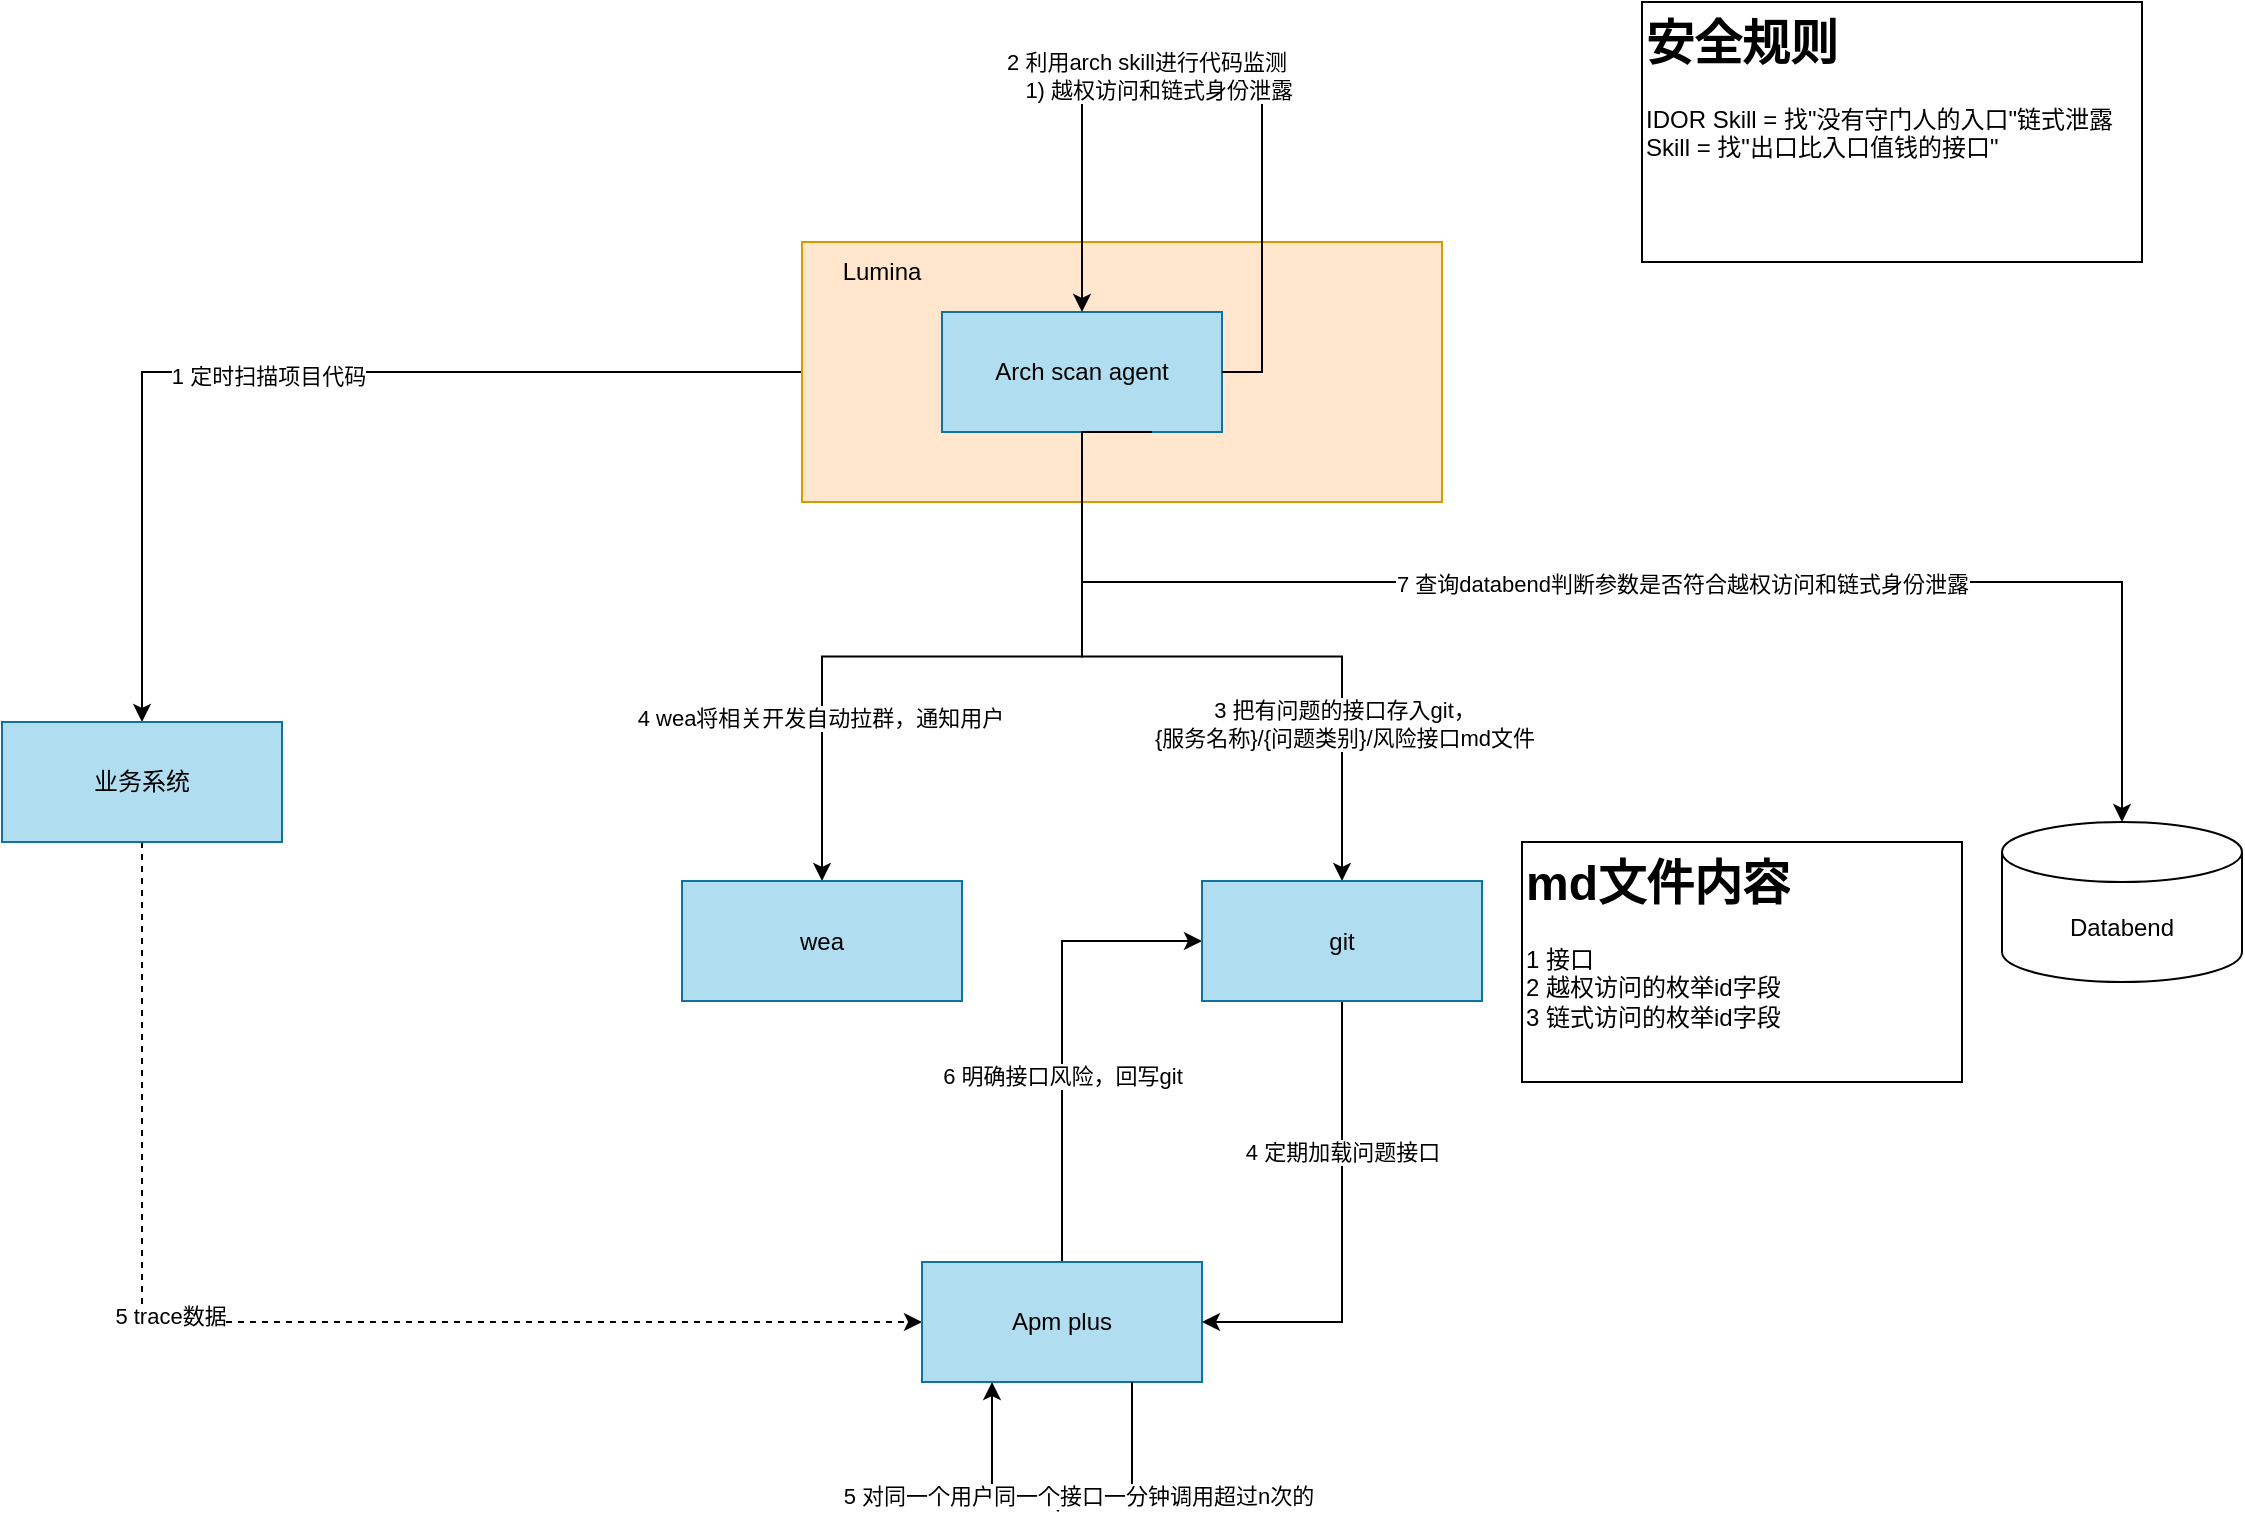
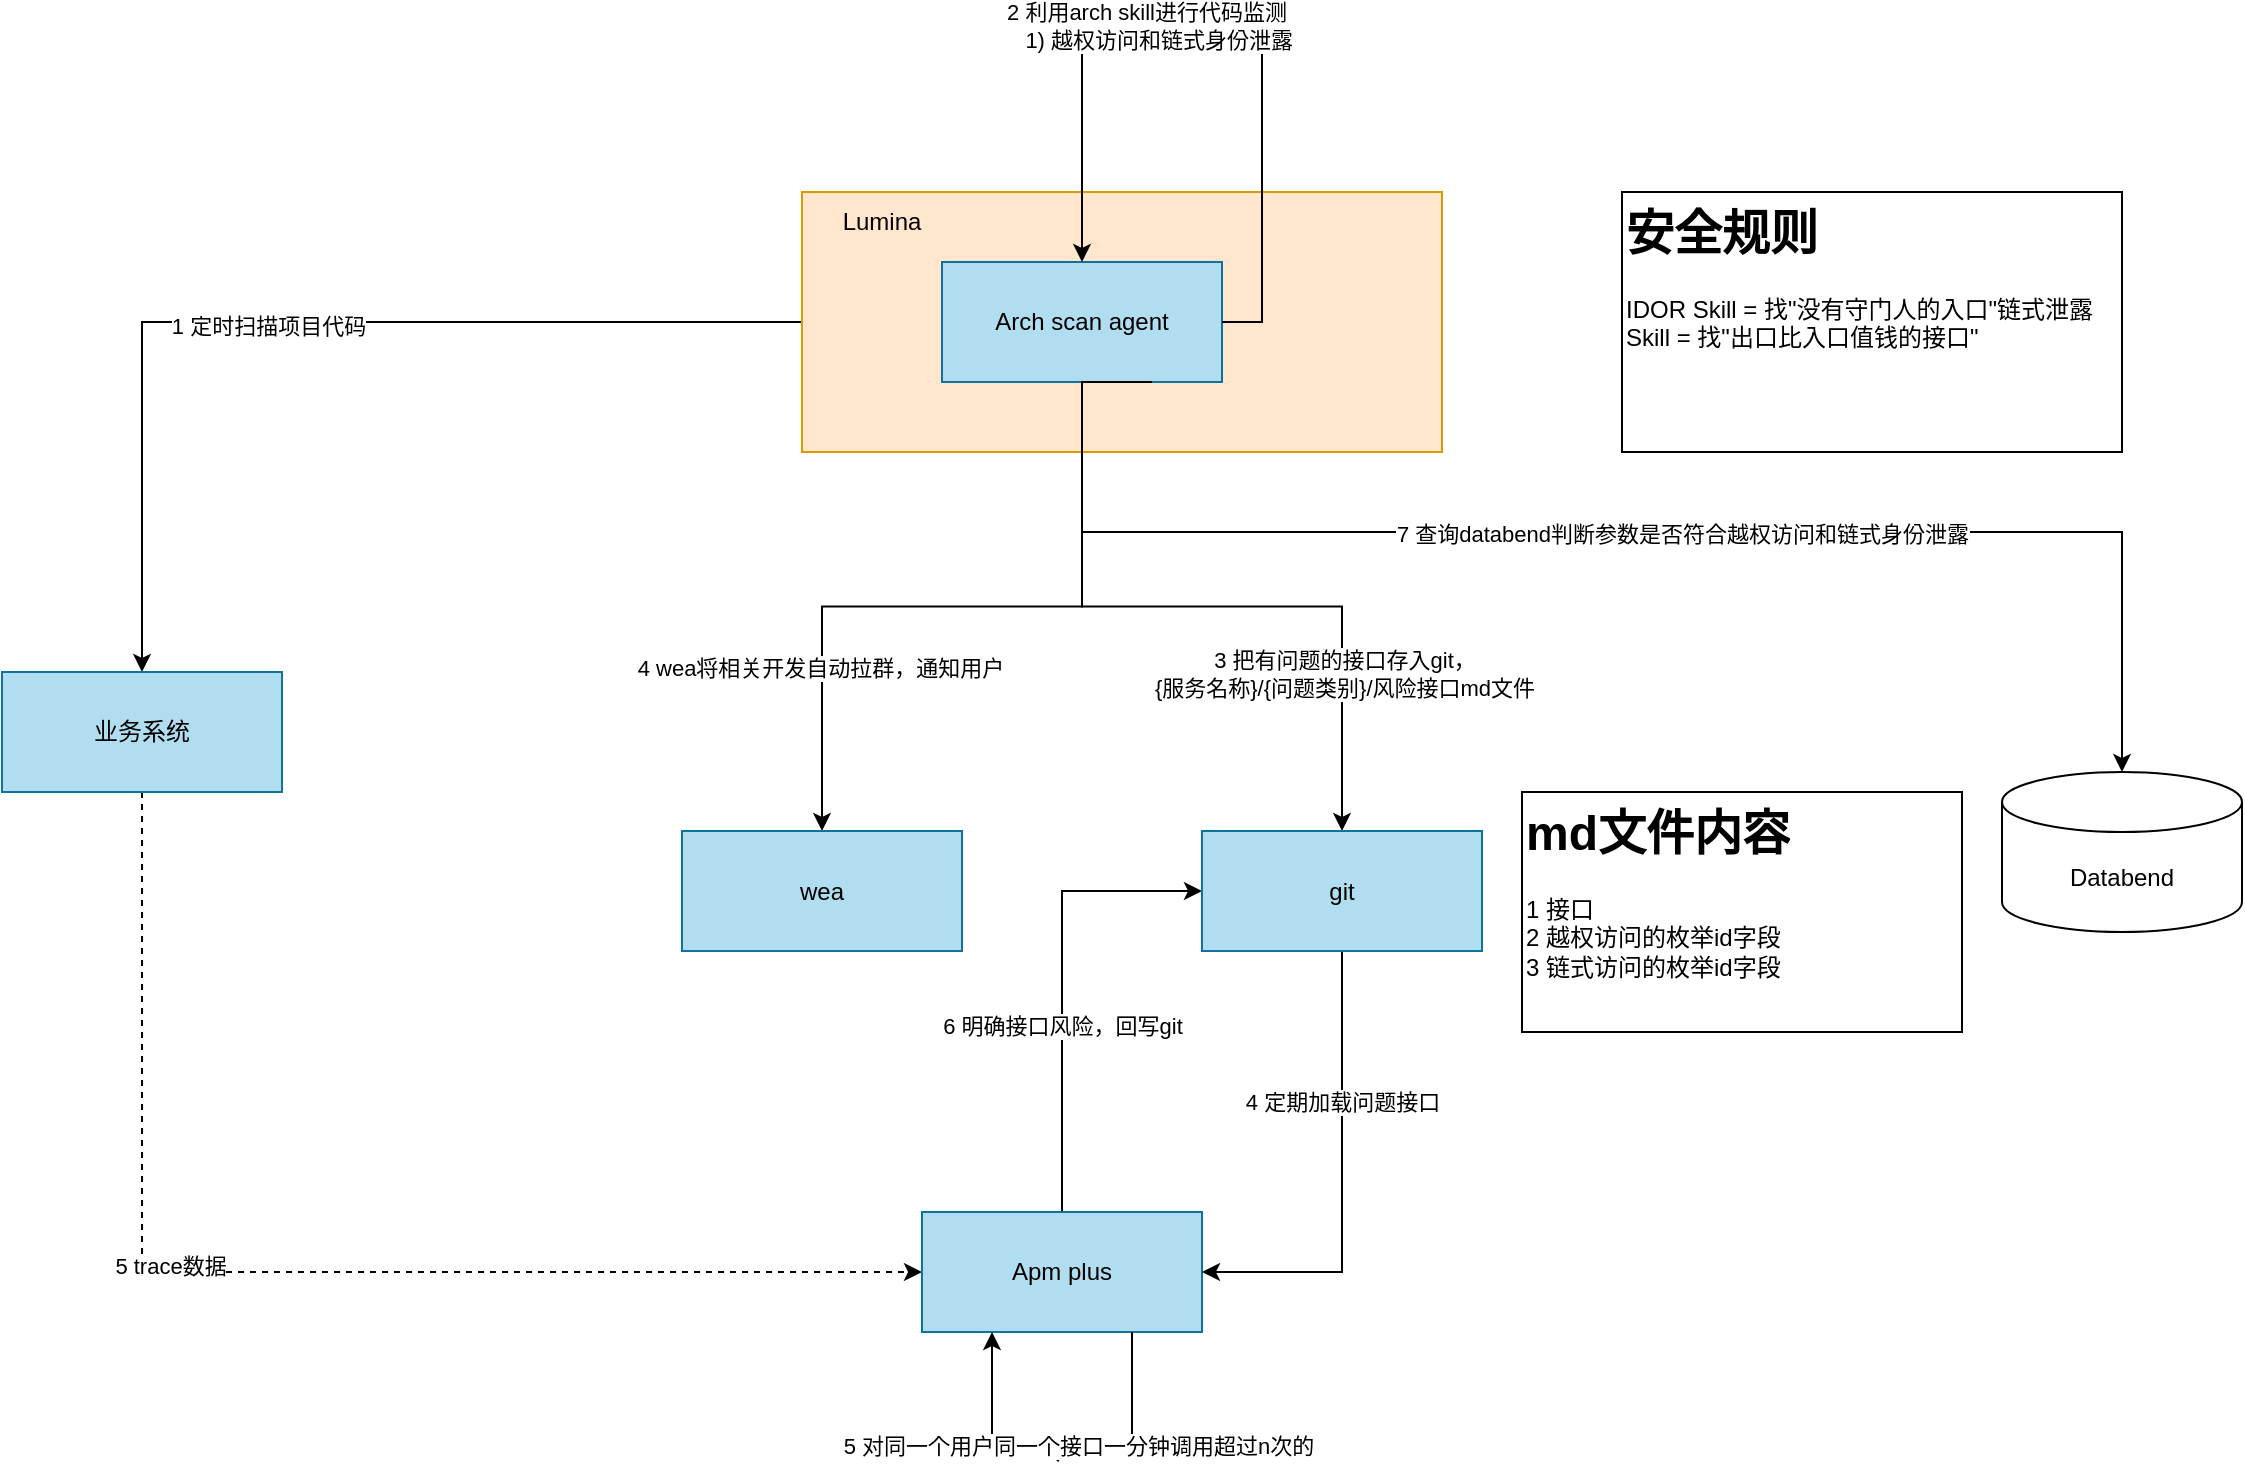
<mxfile host="app.diagrams.net">
  <diagram name="第 1 页" id="v4d0oD99BJNh_s1QToVL">
    <mxGraphModel dx="1222" dy="764" grid="1" gridSize="10" guides="1" tooltips="1" connect="1" arrows="1" fold="1" page="1" pageScale="1" pageWidth="3300" pageHeight="2339" math="0" shadow="0">
      <root>
        <mxCell id="0" />
        <mxCell id="1" parent="0" />
        <mxCell id="BZSGkBbcOcEUag34DBB_-2" edge="1" parent="1" source="SJECwPXb0EPlWWx2axZS-5" style="edgeStyle=orthogonalEdgeStyle;rounded=0;orthogonalLoop=1;jettySize=auto;html=1;exitX=0;exitY=0.5;exitDx=0;exitDy=0;" target="BZSGkBbcOcEUag34DBB_-1">
          <mxGeometry relative="1" as="geometry" />
        </mxCell>
        <mxCell id="BZSGkBbcOcEUag34DBB_-9" connectable="0" parent="BZSGkBbcOcEUag34DBB_-2" style="edgeLabel;html=1;align=center;verticalAlign=middle;resizable=0;points=[];" value="1 定时扫描项目代码" vertex="1">
          <mxGeometry relative="1" x="0.0582" y="2" as="geometry">
            <mxPoint as="offset" />
          </mxGeometry>
        </mxCell>
        <mxCell id="SJECwPXb0EPlWWx2axZS-5" parent="1" style="rounded=0;whiteSpace=wrap;html=1;fillColor=#ffe6cc;strokeColor=#d79b00;" value="" vertex="1">
          <mxGeometry height="130" width="320" x="530" y="160" as="geometry" />
        </mxCell>
        <mxCell id="BZSGkBbcOcEUag34DBB_-19" edge="1" parent="1" source="BZSGkBbcOcEUag34DBB_-1" style="edgeStyle=orthogonalEdgeStyle;rounded=0;orthogonalLoop=1;jettySize=auto;html=1;exitX=0.5;exitY=1;exitDx=0;exitDy=0;entryX=0;entryY=0.5;entryDx=0;entryDy=0;dashed=1;" target="BZSGkBbcOcEUag34DBB_-3">
          <mxGeometry relative="1" as="geometry" />
        </mxCell>
        <mxCell id="BZSGkBbcOcEUag34DBB_-20" connectable="0" parent="BZSGkBbcOcEUag34DBB_-19" style="edgeLabel;html=1;align=center;verticalAlign=middle;resizable=0;points=[];" value="5 trace数据" vertex="1">
          <mxGeometry relative="1" x="-0.1937" y="3" as="geometry">
            <mxPoint as="offset" />
          </mxGeometry>
        </mxCell>
        <mxCell id="BZSGkBbcOcEUag34DBB_-1" parent="1" style="rounded=0;whiteSpace=wrap;html=1;fillColor=#b1ddf0;strokeColor=#10739e;" value="业务系统" vertex="1">
          <mxGeometry height="60" width="140" x="130" y="400" as="geometry" />
        </mxCell>
        <mxCell id="BZSGkBbcOcEUag34DBB_-23" edge="1" parent="1" source="BZSGkBbcOcEUag34DBB_-3" style="edgeStyle=orthogonalEdgeStyle;rounded=0;orthogonalLoop=1;jettySize=auto;html=1;exitX=0.5;exitY=0;exitDx=0;exitDy=0;entryX=0;entryY=0.5;entryDx=0;entryDy=0;" target="BZSGkBbcOcEUag34DBB_-6">
          <mxGeometry relative="1" as="geometry" />
        </mxCell>
        <mxCell id="BZSGkBbcOcEUag34DBB_-24" connectable="0" parent="BZSGkBbcOcEUag34DBB_-23" style="edgeLabel;html=1;align=center;verticalAlign=middle;resizable=0;points=[];" value="6 明确接口风险，回写git" vertex="1">
          <mxGeometry relative="1" x="-0.1931" as="geometry">
            <mxPoint as="offset" />
          </mxGeometry>
        </mxCell>
        <mxCell id="BZSGkBbcOcEUag34DBB_-3" parent="1" style="rounded=0;whiteSpace=wrap;html=1;fillColor=#b1ddf0;strokeColor=#10739e;" value="Apm plus" vertex="1">
          <mxGeometry height="60" width="140" x="590" y="670" as="geometry" />
        </mxCell>
        <mxCell id="BZSGkBbcOcEUag34DBB_-7" edge="1" parent="1" source="SJECwPXb0EPlWWx2axZS-4" style="edgeStyle=orthogonalEdgeStyle;rounded=0;orthogonalLoop=1;jettySize=auto;html=1;exitX=0.5;exitY=1;exitDx=0;exitDy=0;" target="BZSGkBbcOcEUag34DBB_-6">
          <mxGeometry relative="1" as="geometry" />
        </mxCell>
        <mxCell id="BZSGkBbcOcEUag34DBB_-14" connectable="0" parent="BZSGkBbcOcEUag34DBB_-7" style="edgeLabel;html=1;align=center;verticalAlign=middle;resizable=0;points=[];" value="3 把有问题的接口存入git，&lt;div&gt;{服务名称}/&lt;span style=&quot;background-color: light-dark(#ffffff, var(--ge-dark-color, #121212)); color: light-dark(rgb(0, 0, 0), rgb(255, 255, 255));&quot;&gt;{问题类别}/风险接口md文件&lt;/span&gt;&lt;/div&gt;" vertex="1">
          <mxGeometry relative="1" x="0.0845" y="1" as="geometry">
            <mxPoint x="51" y="34" as="offset" />
          </mxGeometry>
        </mxCell>
        <mxCell id="BZSGkBbcOcEUag34DBB_-8" edge="1" parent="1" source="SJECwPXb0EPlWWx2axZS-4" style="edgeStyle=orthogonalEdgeStyle;rounded=0;orthogonalLoop=1;jettySize=auto;html=1;exitX=0.5;exitY=1;exitDx=0;exitDy=0;" target="BZSGkBbcOcEUag34DBB_-5">
          <mxGeometry relative="1" as="geometry" />
        </mxCell>
        <mxCell id="BZSGkBbcOcEUag34DBB_-15" connectable="0" parent="BZSGkBbcOcEUag34DBB_-8" style="edgeLabel;html=1;align=center;verticalAlign=middle;resizable=0;points=[];" value="4 wea将相关开发自动拉群，通知用户" vertex="1">
          <mxGeometry relative="1" x="0.538" y="-1" as="geometry">
            <mxPoint as="offset" />
          </mxGeometry>
        </mxCell>
        <mxCell id="SJECwPXb0EPlWWx2axZS-4" parent="1" style="rounded=0;whiteSpace=wrap;html=1;fillColor=#b1ddf0;strokeColor=#10739e;" value="Arch scan agent" vertex="1">
          <mxGeometry height="60" width="140" x="600" y="195" as="geometry" />
        </mxCell>
        <mxCell id="BZSGkBbcOcEUag34DBB_-4" parent="1" style="text;html=1;whiteSpace=wrap;strokeColor=none;fillColor=none;align=center;verticalAlign=middle;rounded=0;" value="Lumina" vertex="1">
          <mxGeometry height="30" width="60" x="540" y="160" as="geometry" />
        </mxCell>
        <mxCell id="BZSGkBbcOcEUag34DBB_-5" parent="1" style="rounded=0;whiteSpace=wrap;html=1;fillColor=#b1ddf0;strokeColor=#10739e;" value="wea" vertex="1">
          <mxGeometry height="60" width="140" x="470" y="479.5" as="geometry" />
        </mxCell>
        <mxCell id="BZSGkBbcOcEUag34DBB_-17" edge="1" parent="1" source="BZSGkBbcOcEUag34DBB_-6" style="edgeStyle=orthogonalEdgeStyle;rounded=0;orthogonalLoop=1;jettySize=auto;html=1;exitX=0.5;exitY=1;exitDx=0;exitDy=0;entryX=1;entryY=0.5;entryDx=0;entryDy=0;" target="BZSGkBbcOcEUag34DBB_-3">
          <mxGeometry relative="1" as="geometry" />
        </mxCell>
        <mxCell id="BZSGkBbcOcEUag34DBB_-18" connectable="0" parent="BZSGkBbcOcEUag34DBB_-17" style="edgeLabel;html=1;align=center;verticalAlign=middle;resizable=0;points=[];" value="4 定期加载问题接口" vertex="1">
          <mxGeometry relative="1" x="-0.3536" as="geometry">
            <mxPoint y="1" as="offset" />
          </mxGeometry>
        </mxCell>
        <mxCell id="BZSGkBbcOcEUag34DBB_-6" parent="1" style="rounded=0;whiteSpace=wrap;html=1;fillColor=#b1ddf0;strokeColor=#10739e;" value="git" vertex="1">
          <mxGeometry height="60" width="140" x="730" y="479.5" as="geometry" />
        </mxCell>
        <mxCell id="BZSGkBbcOcEUag34DBB_-12" edge="1" parent="1" source="SJECwPXb0EPlWWx2axZS-4" style="edgeStyle=orthogonalEdgeStyle;rounded=0;orthogonalLoop=1;jettySize=auto;html=1;exitX=1;exitY=0.5;exitDx=0;exitDy=0;entryX=0.5;entryY=0;entryDx=0;entryDy=0;" target="SJECwPXb0EPlWWx2axZS-4">
          <mxGeometry relative="1" as="geometry">
            <Array as="points">
              <mxPoint x="760" y="225" />
              <mxPoint x="760" y="80" />
              <mxPoint x="670" y="80" />
            </Array>
          </mxGeometry>
        </mxCell>
        <mxCell id="BZSGkBbcOcEUag34DBB_-13" connectable="0" parent="BZSGkBbcOcEUag34DBB_-12" style="edgeLabel;html=1;align=center;verticalAlign=middle;resizable=0;points=[];" value="2 利用arch skill进行代码监测&lt;div&gt;&amp;nbsp; &amp;nbsp; 1) 越权访问和链式身份泄露&lt;/div&gt;" vertex="1">
          <mxGeometry relative="1" x="0.2054" y="-3" as="geometry">
            <mxPoint as="offset" />
          </mxGeometry>
        </mxCell>
        <mxCell id="BZSGkBbcOcEUag34DBB_-21" edge="1" parent="1" source="BZSGkBbcOcEUag34DBB_-3" style="edgeStyle=orthogonalEdgeStyle;rounded=0;orthogonalLoop=1;jettySize=auto;html=1;exitX=0.75;exitY=1;exitDx=0;exitDy=0;entryX=0.25;entryY=1;entryDx=0;entryDy=0;" target="BZSGkBbcOcEUag34DBB_-3" value="、">
          <mxGeometry relative="1" as="geometry">
            <Array as="points">
              <mxPoint x="695" y="790" />
              <mxPoint x="625" y="790" />
            </Array>
          </mxGeometry>
        </mxCell>
        <mxCell id="BZSGkBbcOcEUag34DBB_-22" connectable="0" parent="BZSGkBbcOcEUag34DBB_-21" style="edgeLabel;html=1;align=center;verticalAlign=middle;resizable=0;points=[];" value="5 对同一个用户同一个接口一分钟调用超过n次的" vertex="1">
          <mxGeometry relative="1" x="-0.0842" y="-3" as="geometry">
            <mxPoint as="offset" />
          </mxGeometry>
        </mxCell>
        <mxCell id="BZSGkBbcOcEUag34DBB_-26" parent="1" style="text;html=1;whiteSpace=wrap;overflow=hidden;rounded=0;strokeColor=default;" value="&lt;h1 style=&quot;margin-top: 0px;&quot;&gt;md文件内容&lt;/h1&gt;&lt;p&gt;1 接口&lt;br&gt;2 越权访问的枚举id字段&lt;br&gt;3 链式访问的&lt;span style=&quot;background-color: transparent; color: light-dark(rgb(0, 0, 0), rgb(255, 255, 255));&quot;&gt;枚举id字段&lt;/span&gt;&lt;/p&gt;" vertex="1">
          <mxGeometry height="120" width="220" x="890" y="460" as="geometry" />
        </mxCell>
        <mxCell id="BZSGkBbcOcEUag34DBB_-27" parent="1" style="shape=cylinder3;whiteSpace=wrap;html=1;boundedLbl=1;backgroundOutline=1;size=15;" value="Databend" vertex="1">
          <mxGeometry height="80" width="120" x="1130" y="450" as="geometry" />
        </mxCell>
        <mxCell id="BZSGkBbcOcEUag34DBB_-30" edge="1" parent="1" source="SJECwPXb0EPlWWx2axZS-4" style="edgeStyle=orthogonalEdgeStyle;rounded=0;orthogonalLoop=1;jettySize=auto;html=1;exitX=0.75;exitY=1;exitDx=0;exitDy=0;entryX=0.5;entryY=0;entryDx=0;entryDy=0;entryPerimeter=0;" target="BZSGkBbcOcEUag34DBB_-27">
          <mxGeometry relative="1" as="geometry">
            <Array as="points">
              <mxPoint x="670" y="255" />
              <mxPoint x="670" y="330" />
              <mxPoint x="1190" y="330" />
            </Array>
          </mxGeometry>
        </mxCell>
        <mxCell id="BZSGkBbcOcEUag34DBB_-31" connectable="0" parent="BZSGkBbcOcEUag34DBB_-30" style="edgeLabel;html=1;align=center;verticalAlign=middle;resizable=0;points=[];" value="7 查询databend判断参数是否符合越权访问和链式身份泄露" vertex="1">
          <mxGeometry relative="1" x="-0.1573" y="-1" as="geometry">
            <mxPoint x="94" as="offset" />
          </mxGeometry>
        </mxCell>
        <mxCell id="BZSGkBbcOcEUag34DBB_-32" parent="1" style="text;html=1;whiteSpace=wrap;overflow=hidden;rounded=0;strokeColor=default;" value="&lt;h1 style=&quot;margin-top: 0px;&quot;&gt;安全规则&lt;/h1&gt;&lt;p&gt;IDOR Skill = 找&quot;没有守门人的入口&quot;&lt;span style=&quot;background-color: transparent; color: light-dark(rgb(0, 0, 0), rgb(255, 255, 255));&quot;&gt;链式泄露 Skill = 找&quot;出口比入口值钱的接口&quot;&lt;/span&gt;&lt;/p&gt;" vertex="1">
-           <mxGeometry height="130" width="250" x="950" y="40" as="geometry" />
+           <mxGeometry height="130" width="250" x="940" y="160" as="geometry" />
        </mxCell>
      </root>
    </mxGraphModel>
  </diagram>
</mxfile>
